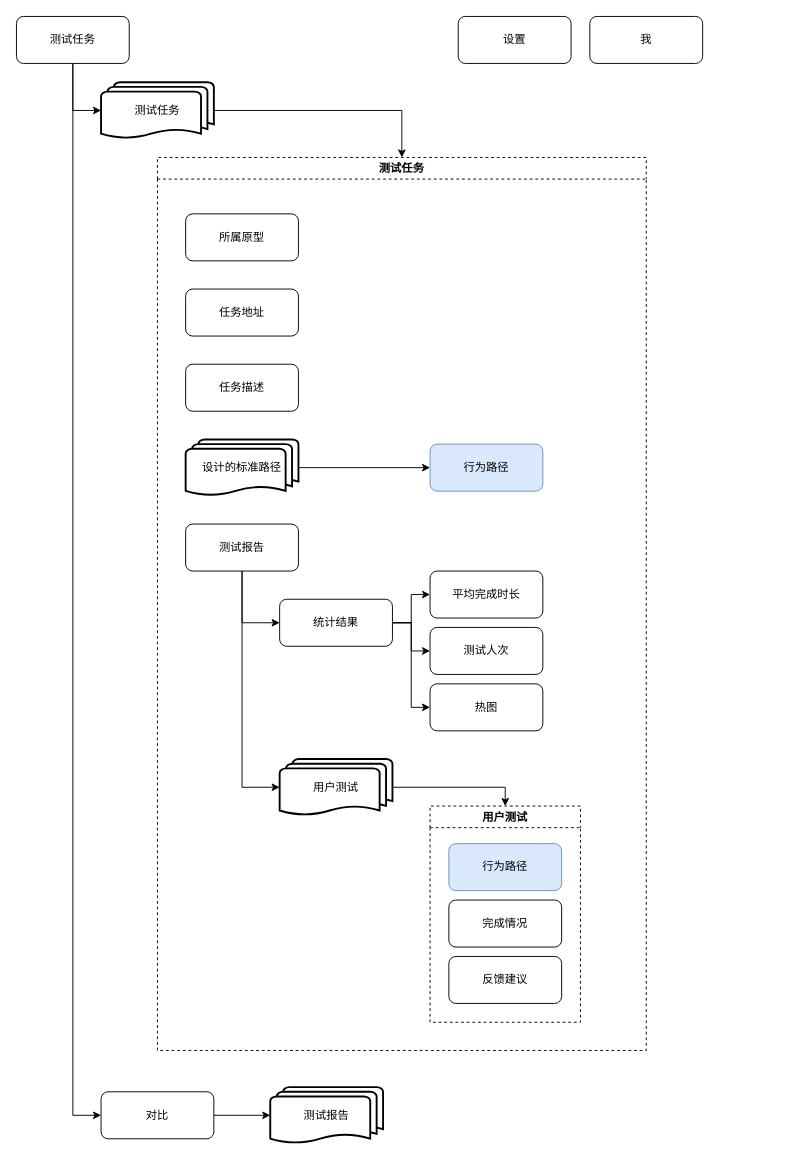
Before: page "信息架构" (2 of 9) of design/sodar_design.drawio in onlyzlc/prototester, a draw.io diagram. Source tidied: cells renumbered, new cells numbered last; positions are measured from the earlier drawing's top-left corner, leaving out a move shared by most shapes. Both pictures are drawn from the tidied source at 94%, with x=0, y=0 at pixel (16, 16).
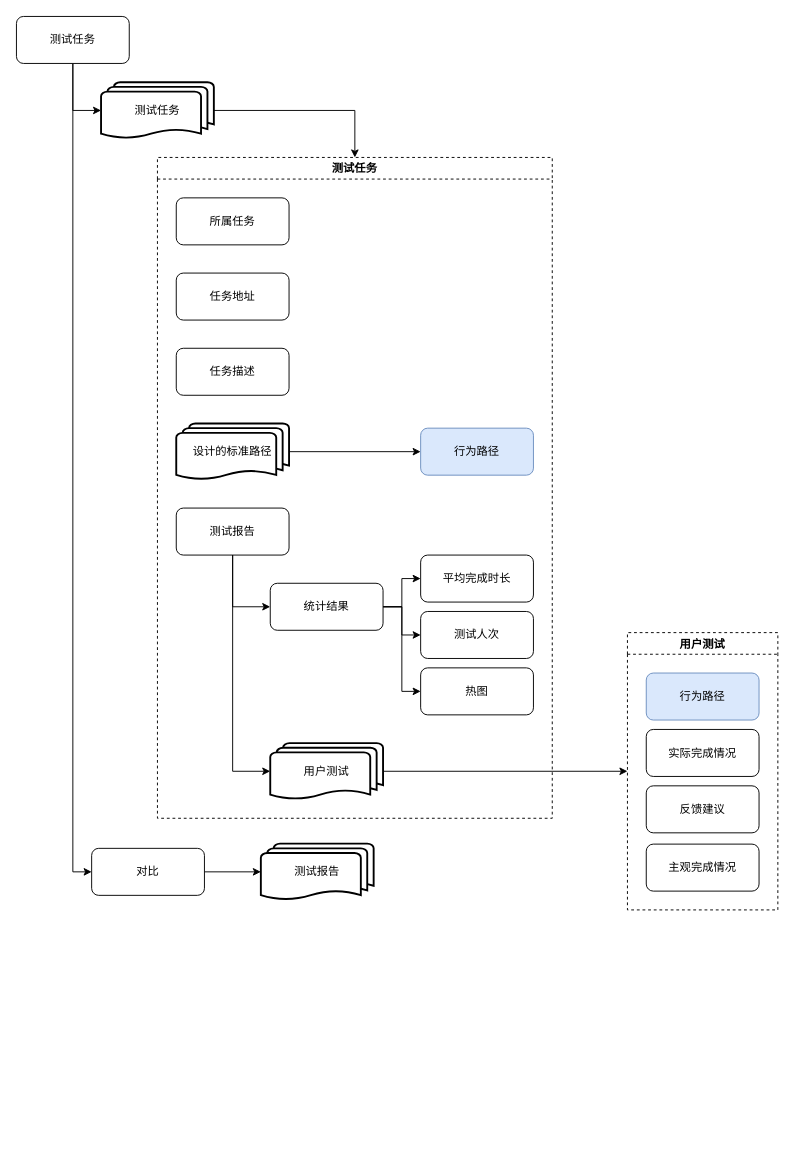
Above is the later version.

Diff of the diagram source:
```diff
@@
-    <mxCell id="5" value="设置" style="rounded=1;whiteSpace=wrap;html=1;" parent="1" vertex="1">
-      <mxGeometry x="470" width="120" height="50" as="geometry" />
-    </mxCell>
-    <mxCell id="6" value="我" style="rounded=1;whiteSpace=wrap;html=1;" parent="1" vertex="1">
-      <mxGeometry x="610" width="120" height="50" as="geometry" />
-    </mxCell>
@@
     <mxCell id="10" value="对比" style="rounded=1;whiteSpace=wrap;html=1;" parent="1" vertex="1">
-      <mxGeometry x="90" y="1144" width="120" height="50" as="geometry" />
+      <mxGeometry x="80" y="885" width="120" height="50" as="geometry" />
     </mxCell>
     <mxCell id="11" value="测试报告" style="strokeWidth=2;html=1;shape=mxgraph.flowchart.multi-document;whiteSpace=wrap;" parent="1" vertex="1">
-      <mxGeometry x="270" y="1139" width="120" height="60" as="geometry" />
+      <mxGeometry x="260" y="880" width="120" height="60" as="geometry" />
     </mxCell>
     <mxCell id="12" value="测试任务" style="swimlane;dashed=1;" parent="1" vertex="1">
-      <mxGeometry x="150" y="150" width="520" height="950" as="geometry" />
+      <mxGeometry x="150" y="150" width="420" height="703" as="geometry" />
     </mxCell>
     <mxCell id="13" value="任务描述" style="rounded=1;whiteSpace=wrap;html=1;" parent="12" vertex="1">
-      <mxGeometry x="30" y="220" width="120" height="50" as="geometry" />
+      <mxGeometry x="20" y="203" width="120" height="50" as="geometry" />
     </mxCell>
@@
     <mxCell id="15" value="设计的标准路径" style="strokeWidth=2;html=1;shape=mxgraph.flowchart.multi-document;whiteSpace=wrap;" parent="12" vertex="1">
-      <mxGeometry x="30" y="300" width="120" height="60" as="geometry" />
+      <mxGeometry x="20" y="283" width="120" height="60" as="geometry" />
     </mxCell>
-    <mxCell id="16" style="edgeStyle=orthogonalEdgeStyle;rounded=0;jettySize=auto;html=1;entryX=0.5;entryY=0;entryDx=0;entryDy=0;" parent="12" edge="1" source="17" target="30">
-      <mxGeometry relative="1" as="geometry" />
-    </mxCell>
     <mxCell id="17" value="用户测试" style="strokeWidth=2;html=1;shape=mxgraph.flowchart.multi-document;whiteSpace=wrap;" parent="12" vertex="1">
-      <mxGeometry x="130" y="640" width="120" height="60" as="geometry" />
+      <mxGeometry x="120" y="623" width="120" height="60" as="geometry" />
     </mxCell>
@@
     <mxCell id="19" value="测试报告" style="rounded=1;whiteSpace=wrap;html=1;" parent="12" vertex="1">
-      <mxGeometry x="30" y="390" width="120" height="50" as="geometry" />
+      <mxGeometry x="20" y="373" width="120" height="50" as="geometry" />
     </mxCell>
@@
     <mxCell id="23" value="统计结果" style="rounded=1;whiteSpace=wrap;html=1;" parent="12" vertex="1">
-      <mxGeometry x="130" y="470" width="120" height="50" as="geometry" />
+      <mxGeometry x="120" y="453" width="120" height="50" as="geometry" />
     </mxCell>
     <mxCell id="24" value="测试人次" style="rounded=1;whiteSpace=wrap;html=1;" parent="12" vertex="1">
-      <mxGeometry x="290" y="500" width="120" height="50" as="geometry" />
+      <mxGeometry x="280" y="483" width="120" height="50" as="geometry" />
     </mxCell>
@@
     <mxCell id="26" value="任务地址" style="rounded=1;whiteSpace=wrap;html=1;" parent="12" vertex="1">
-      <mxGeometry x="30" y="140" width="120" height="50" as="geometry" />
+      <mxGeometry x="20" y="123" width="120" height="50" as="geometry" />
     </mxCell>
     <mxCell id="27" value="平均完成时长" style="rounded=1;whiteSpace=wrap;html=1;" parent="12" vertex="1">
-      <mxGeometry x="290" y="440" width="120" height="50" as="geometry" />
+      <mxGeometry x="280" y="423" width="120" height="50" as="geometry" />
     </mxCell>
     <mxCell id="28" value="行为路径" style="rounded=1;whiteSpace=wrap;html=1;fillColor=#dae8fc;strokeColor=#6c8ebf;" parent="12" vertex="1">
-      <mxGeometry x="290" y="305" width="120" height="50" as="geometry" />
+      <mxGeometry x="280" y="288" width="120" height="50" as="geometry" />
     </mxCell>
     <mxCell id="29" value="热图" style="rounded=1;whiteSpace=wrap;html=1;" parent="12" vertex="1">
-      <mxGeometry x="290" y="560" width="120" height="50" as="geometry" />
+      <mxGeometry x="280" y="543" width="120" height="50" as="geometry" />
     </mxCell>
+    <mxCell id="34" value="所属任务" style="rounded=1;whiteSpace=wrap;html=1;" parent="12" vertex="1">
+      <mxGeometry x="20" y="43" width="120" height="50" as="geometry" />
+    </mxCell>
-    <mxCell id="30" value="用户测试" style="swimlane;dashed=1;" parent="12" vertex="1">
-      <mxGeometry x="290" y="690" width="160" height="230" as="geometry" />
+    <mxCell id="30" value="用户测试" style="swimlane;dashed=1;" parent="1" vertex="1">
+      <mxGeometry x="650" y="655.5" width="160" height="295" as="geometry" />
     </mxCell>
     <mxCell id="31" value="行为路径" style="rounded=1;whiteSpace=wrap;html=1;fillColor=#dae8fc;strokeColor=#6c8ebf;" parent="30" vertex="1">
-      <mxGeometry x="20" y="40" width="120" height="50" as="geometry" />
+      <mxGeometry x="20" y="43" width="120" height="50" as="geometry" />
     </mxCell>
-    <mxCell id="32" value="完成情况" style="rounded=1;whiteSpace=wrap;html=1;" parent="30" vertex="1">
-      <mxGeometry x="20" y="100" width="120" height="50" as="geometry" />
+    <mxCell id="32" value="实际完成情况" style="rounded=1;whiteSpace=wrap;html=1;" parent="30" vertex="1">
+      <mxGeometry x="20" y="103" width="120" height="50" as="geometry" />
     </mxCell>
     <mxCell id="33" value="反馈建议" style="rounded=1;whiteSpace=wrap;html=1;" parent="30" vertex="1">
-      <mxGeometry x="20" y="160" width="120" height="50" as="geometry" />
+      <mxGeometry x="20" y="163" width="120" height="50" as="geometry" />
     </mxCell>
-    <mxCell id="34" value="所属原型" style="rounded=1;whiteSpace=wrap;html=1;" parent="12" vertex="1">
-      <mxGeometry x="30" y="60" width="120" height="50" as="geometry" />
-    </mxCell>
+    <mxCell id="35" value="主观完成情况" style="rounded=1;whiteSpace=wrap;html=1;" parent="30" vertex="1">
+      <mxGeometry x="20" y="225" width="120" height="50" as="geometry" />
+    </mxCell>
+    <mxCell id="16" style="edgeStyle=orthogonalEdgeStyle;rounded=0;jettySize=auto;html=1;" parent="1" edge="1" source="17" target="30">
+      <mxGeometry relative="1" as="geometry" />
+    </mxCell>
```
